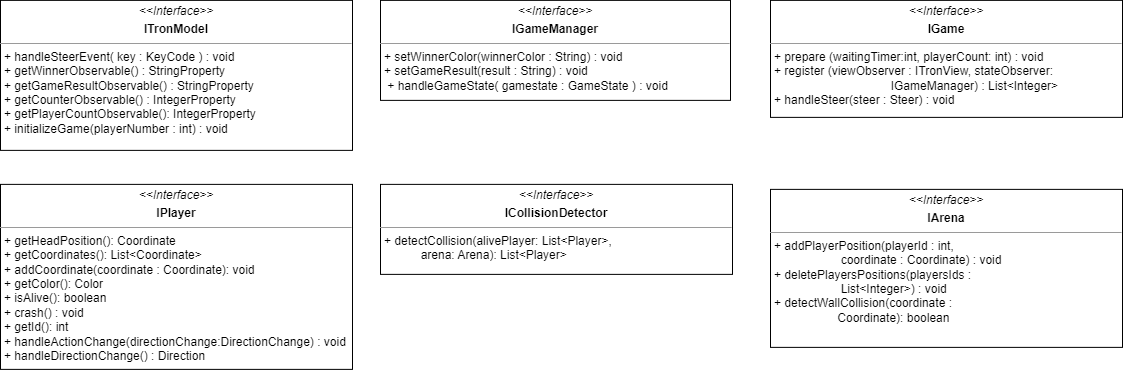
Above: Dokumentation/App/diagrams/bs_layer3_model_interfaces.png in sckoenig/Distributed-Tron (draw.io), before the change. Source tidied: cells renumbered, new cells last; positions are measured from the earlier drawing's top-left corner, leaving out a move shared by most shapes.
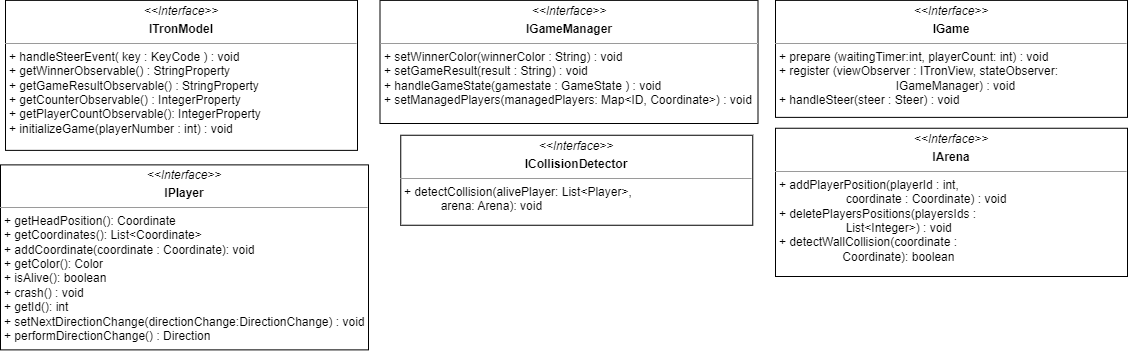
The same file after the commit.

Diff of the diagram source:
```diff
@@ -2,23 +2,23 @@
   <root>
     <mxCell id="0" />
     <mxCell id="1" parent="0" />
-    <mxCell id="2" value="&lt;p style=&quot;margin:0px;margin-top:4px;text-align:center;&quot;&gt;&lt;i&gt;&amp;lt;&amp;lt;Interface&lt;/i&gt;&lt;i style=&quot;background-color: initial;&quot;&gt;&amp;gt;&amp;gt;&lt;/i&gt;&lt;/p&gt;&lt;p style=&quot;margin:0px;margin-top:4px;text-align:center;&quot;&gt;&lt;b&gt;IPlayer&lt;/b&gt;&lt;/p&gt;&lt;hr size=&quot;1&quot;&gt;&lt;p style=&quot;margin: 0px 0px 0px 4px;&quot;&gt;+ getHeadPosition(): Coordinate&lt;br style=&quot;padding: 0px; margin: 0px;&quot;&gt;+ getCoordinates(): List&amp;lt;Coordinate&amp;gt;&lt;br style=&quot;padding: 0px; margin: 0px;&quot;&gt;+ addCoordinate(coordinate : Coordinate): void&lt;br style=&quot;padding: 0px; margin: 0px;&quot;&gt;+ getColor(): Color&lt;br style=&quot;padding: 0px; margin: 0px;&quot;&gt;+ isAlive(): boolean&lt;br style=&quot;padding: 0px; margin: 0px;&quot;&gt;+ crash() : void&lt;br style=&quot;padding: 0px; margin: 0px;&quot;&gt;+ getId(): int&lt;/p&gt;&lt;p style=&quot;margin: 0px 0px 0px 4px;&quot;&gt;+ handleActionChange(directionChange:DirectionChange) : void&lt;br style=&quot;padding: 0px; margin: 0px;&quot;&gt;+ handleDirectionChange() : Direction&lt;/p&gt;&lt;p style=&quot;margin: 0px 0px 0px 4px;&quot;&gt;&lt;br&gt;&lt;/p&gt;" style="verticalAlign=top;align=left;overflow=fill;fontSize=12;fontFamily=Helvetica;html=1;" parent="1" vertex="1">
-      <mxGeometry y="183.9" width="352" height="185" as="geometry" />
+    <mxCell id="2" value="&lt;p style=&quot;margin:0px;margin-top:4px;text-align:center;&quot;&gt;&lt;i&gt;&amp;lt;&amp;lt;Interface&lt;/i&gt;&lt;i style=&quot;background-color: initial;&quot;&gt;&amp;gt;&amp;gt;&lt;/i&gt;&lt;/p&gt;&lt;p style=&quot;margin:0px;margin-top:4px;text-align:center;&quot;&gt;&lt;b&gt;IPlayer&lt;/b&gt;&lt;/p&gt;&lt;hr size=&quot;1&quot;&gt;&lt;p style=&quot;margin: 0px 0px 0px 4px;&quot;&gt;+ getHeadPosition(): Coordinate&lt;br style=&quot;padding: 0px; margin: 0px;&quot;&gt;+ getCoordinates(): List&amp;lt;Coordinate&amp;gt;&lt;br style=&quot;padding: 0px; margin: 0px;&quot;&gt;+ addCoordinate(coordinate : Coordinate): void&lt;br style=&quot;padding: 0px; margin: 0px;&quot;&gt;+ getColor(): Color&lt;br style=&quot;padding: 0px; margin: 0px;&quot;&gt;+ isAlive(): boolean&lt;br style=&quot;padding: 0px; margin: 0px;&quot;&gt;+ crash() : void&lt;br style=&quot;padding: 0px; margin: 0px;&quot;&gt;+ getId(): int&lt;/p&gt;&lt;p style=&quot;margin: 0px 0px 0px 4px;&quot;&gt;+ setNextDirectionChange(directionChange:DirectionChange) : void&lt;br style=&quot;padding: 0px; margin: 0px;&quot;&gt;+ performDirectionChange() : Direction&lt;/p&gt;&lt;p style=&quot;margin: 0px 0px 0px 4px;&quot;&gt;&lt;br&gt;&lt;/p&gt;" style="verticalAlign=top;align=left;overflow=fill;fontSize=12;fontFamily=Helvetica;html=1;" parent="1" vertex="1">
+      <mxGeometry x="-5" y="164.4" width="368" height="185" as="geometry" />
     </mxCell>
-    <mxCell id="3" value="&lt;p style=&quot;margin:0px;margin-top:4px;text-align:center;&quot;&gt;&lt;i&gt;&amp;lt;&amp;lt;Interface&lt;/i&gt;&lt;i style=&quot;background-color: initial;&quot;&gt;&amp;gt;&amp;gt;&lt;/i&gt;&lt;/p&gt;&lt;p style=&quot;margin:0px;margin-top:4px;text-align:center;&quot;&gt;&lt;b&gt;ICollisionDetector&lt;/b&gt;&lt;br&gt;&lt;/p&gt;&lt;hr size=&quot;1&quot;&gt;&lt;p style=&quot;margin: 0px 0px 0px 4px;&quot;&gt;+ detectCollision(alivePlayer: List&amp;lt;Player&amp;gt;,&amp;nbsp;&lt;/p&gt;&lt;p style=&quot;margin: 0px 0px 0px 4px;&quot;&gt;&amp;nbsp; &amp;nbsp; &amp;nbsp; &amp;nbsp; &amp;nbsp; &amp;nbsp;arena: Arena): List&amp;lt;Player&amp;gt;&lt;br&gt;&lt;/p&gt;&lt;p style=&quot;margin: 0px 0px 0px 4px;&quot;&gt;&lt;br&gt;&lt;/p&gt;" style="verticalAlign=top;align=left;overflow=fill;fontSize=12;fontFamily=Helvetica;html=1;" parent="1" vertex="1">
-      <mxGeometry x="380" y="183.9" width="352" height="90" as="geometry" />
+    <mxCell id="3" value="&lt;p style=&quot;margin:0px;margin-top:4px;text-align:center;&quot;&gt;&lt;i&gt;&amp;lt;&amp;lt;Interface&lt;/i&gt;&lt;i style=&quot;background-color: initial;&quot;&gt;&amp;gt;&amp;gt;&lt;/i&gt;&lt;/p&gt;&lt;p style=&quot;margin:0px;margin-top:4px;text-align:center;&quot;&gt;&lt;b&gt;ICollisionDetector&lt;/b&gt;&lt;br&gt;&lt;/p&gt;&lt;hr size=&quot;1&quot;&gt;&lt;p style=&quot;margin: 0px 0px 0px 4px;&quot;&gt;+ detectCollision(alivePlayer: List&amp;lt;Player&amp;gt;,&amp;nbsp;&lt;/p&gt;&lt;p style=&quot;margin: 0px 0px 0px 4px;&quot;&gt;&amp;nbsp; &amp;nbsp; &amp;nbsp; &amp;nbsp; &amp;nbsp; &amp;nbsp;arena: Arena): void&lt;br&gt;&lt;/p&gt;&lt;p style=&quot;margin: 0px 0px 0px 4px;&quot;&gt;&lt;br&gt;&lt;/p&gt;" style="verticalAlign=top;align=left;overflow=fill;fontSize=12;fontFamily=Helvetica;html=1;" parent="1" vertex="1">
+      <mxGeometry x="395.2" y="134.8" width="352" height="90" as="geometry" />
     </mxCell>
     <mxCell id="4" value="&lt;p style=&quot;margin:0px;margin-top:4px;text-align:center;&quot;&gt;&lt;i&gt;&amp;lt;&amp;lt;Interface&lt;/i&gt;&lt;i style=&quot;background-color: initial;&quot;&gt;&amp;gt;&amp;gt;&lt;/i&gt;&lt;/p&gt;&lt;p style=&quot;margin:0px;margin-top:4px;text-align:center;&quot;&gt;&lt;b&gt;IArena&lt;/b&gt;&lt;/p&gt;&lt;hr size=&quot;1&quot;&gt;&lt;p style=&quot;margin: 0px 0px 0px 4px;&quot;&gt;+ addPlayerPosition(playerId : int,&lt;br style=&quot;padding: 0px; margin: 0px;&quot;&gt;&amp;nbsp; &amp;nbsp; &amp;nbsp; &amp;nbsp; &amp;nbsp; &amp;nbsp; &amp;nbsp; &amp;nbsp; &amp;nbsp; &amp;nbsp; coordinate : Coordinate) : void&lt;br style=&quot;padding: 0px; margin: 0px;&quot;&gt;+ deletePlayersPositions(playersIds :&amp;nbsp;&lt;/p&gt;&lt;p style=&quot;margin: 0px 0px 0px 4px;&quot;&gt;&amp;nbsp; &amp;nbsp; &amp;nbsp; &amp;nbsp; &amp;nbsp; &amp;nbsp; &amp;nbsp; &amp;nbsp; &amp;nbsp; &amp;nbsp; List&amp;lt;Integer&amp;gt;) : void&lt;br style=&quot;padding: 0px; margin: 0px;&quot;&gt;+ detectWallCollision(coordinate :&amp;nbsp;&lt;/p&gt;&lt;p style=&quot;margin: 0px 0px 0px 4px;&quot;&gt;&amp;nbsp; &amp;nbsp; &amp;nbsp; &amp;nbsp; &amp;nbsp; &amp;nbsp; &amp;nbsp; &amp;nbsp; &amp;nbsp; &amp;nbsp;Coordinate): boolean&lt;br&gt;&lt;/p&gt;" style="verticalAlign=top;align=left;overflow=fill;fontSize=12;fontFamily=Helvetica;html=1;" parent="1" vertex="1">
-      <mxGeometry x="770" y="188.9" width="352" height="158" as="geometry" />
+      <mxGeometry x="770" y="127.8" width="352" height="148.2" as="geometry" />
     </mxCell>
-    <mxCell id="5" value="&lt;p style=&quot;margin:0px;margin-top:4px;text-align:center;&quot;&gt;&lt;i&gt;&amp;lt;&amp;lt;Interface&lt;/i&gt;&lt;i style=&quot;background-color: initial;&quot;&gt;&amp;gt;&amp;gt;&lt;/i&gt;&lt;/p&gt;&lt;p style=&quot;margin:0px;margin-top:4px;text-align:center;&quot;&gt;&lt;b&gt;IGame&lt;/b&gt;&lt;/p&gt;&lt;hr size=&quot;1&quot;&gt;&lt;p style=&quot;margin:0px;margin-left:4px;&quot;&gt;+ prepare (waitingTimer:int,&amp;nbsp;&lt;span style=&quot;background-color: initial;&quot;&gt;playerCount: int) : void&lt;/span&gt;&lt;/p&gt;&lt;p style=&quot;margin:0px;margin-left:4px;&quot;&gt;+ register (viewObserver : ITronView, stateObserver:&amp;nbsp;&lt;/p&gt;&lt;p style=&quot;margin:0px;margin-left:4px;&quot;&gt;&amp;nbsp; &amp;nbsp; &amp;nbsp; &amp;nbsp; &amp;nbsp; &amp;nbsp; &amp;nbsp; &amp;nbsp; &amp;nbsp; &amp;nbsp; &amp;nbsp; &amp;nbsp; &amp;nbsp; &amp;nbsp; &amp;nbsp; &amp;nbsp; &amp;nbsp; &amp;nbsp;IGameManager) : List&amp;lt;Integer&amp;gt;&lt;br&gt;&lt;/p&gt;&lt;p style=&quot;margin:0px;margin-left:4px;&quot;&gt;+ &lt;span style=&quot;background-color: initial;&quot;&gt;handleSteer(steer : Steer) : void&lt;/span&gt;&lt;/p&gt;" style="verticalAlign=top;align=left;overflow=fill;fontSize=12;fontFamily=Helvetica;html=1;" parent="1" vertex="1">
+    <mxCell id="5" value="&lt;p style=&quot;margin:0px;margin-top:4px;text-align:center;&quot;&gt;&lt;i&gt;&amp;lt;&amp;lt;Interface&lt;/i&gt;&lt;i style=&quot;background-color: initial;&quot;&gt;&amp;gt;&amp;gt;&lt;/i&gt;&lt;/p&gt;&lt;p style=&quot;margin:0px;margin-top:4px;text-align:center;&quot;&gt;&lt;b&gt;IGame&lt;/b&gt;&lt;/p&gt;&lt;hr size=&quot;1&quot;&gt;&lt;p style=&quot;margin:0px;margin-left:4px;&quot;&gt;+ prepare (waitingTimer:int,&amp;nbsp;&lt;span style=&quot;background-color: initial;&quot;&gt;playerCount: int) : void&lt;/span&gt;&lt;/p&gt;&lt;p style=&quot;margin:0px;margin-left:4px;&quot;&gt;+ register (viewObserver : ITronView, stateObserver:&amp;nbsp;&lt;/p&gt;&lt;p style=&quot;margin:0px;margin-left:4px;&quot;&gt;&amp;nbsp; &amp;nbsp; &amp;nbsp; &amp;nbsp; &amp;nbsp; &amp;nbsp; &amp;nbsp; &amp;nbsp; &amp;nbsp; &amp;nbsp; &amp;nbsp; &amp;nbsp; &amp;nbsp; &amp;nbsp; &amp;nbsp; &amp;nbsp; &amp;nbsp; &amp;nbsp;IGameManager) : void&lt;br&gt;&lt;/p&gt;&lt;p style=&quot;margin:0px;margin-left:4px;&quot;&gt;+ &lt;span style=&quot;background-color: initial;&quot;&gt;handleSteer(steer : Steer) : void&lt;/span&gt;&lt;/p&gt;" style="verticalAlign=top;align=left;overflow=fill;fontSize=12;fontFamily=Helvetica;html=1;" parent="1" vertex="1">
       <mxGeometry x="770" y="-0.1" width="352" height="117" as="geometry" />
     </mxCell>
     <mxCell id="6" value="&lt;p style=&quot;margin:0px;margin-top:4px;text-align:center;&quot;&gt;&lt;i&gt;&amp;lt;&amp;lt;Interface&lt;/i&gt;&lt;i style=&quot;background-color: initial;&quot;&gt;&amp;gt;&amp;gt;&lt;/i&gt;&lt;/p&gt;&lt;p style=&quot;margin:0px;margin-top:4px;text-align:center;&quot;&gt;&lt;b&gt;ITronModel&lt;/b&gt;&lt;/p&gt;&lt;hr size=&quot;1&quot;&gt;&lt;p style=&quot;margin:0px;margin-left:4px;&quot;&gt;&lt;span style=&quot;background-color: initial;&quot;&gt;+ handleSteerEvent( key : KeyCode ) : void&lt;/span&gt;&lt;br&gt;&lt;/p&gt;&lt;p style=&quot;margin:0px;margin-left:4px;&quot;&gt;&lt;span style=&quot;background-color: initial;&quot;&gt;+ getWinnerObservable() : StringProperty&lt;/span&gt;&lt;br&gt;&lt;/p&gt;&lt;p style=&quot;margin:0px;margin-left:4px;&quot;&gt;+ getGameResultObservable() : StringProperty&lt;/p&gt;&lt;p style=&quot;margin:0px;margin-left:4px;&quot;&gt;+ getCounterObservable() : IntegerProperty&lt;/p&gt;&lt;p style=&quot;margin:0px;margin-left:4px;&quot;&gt;+ getPlayerCountObservable(): IntegerProperty&lt;/p&gt;&lt;p style=&quot;margin:0px;margin-left:4px;&quot;&gt;+ initializeGame(playerNumber : int) : void&lt;/p&gt;" style="verticalAlign=top;align=left;overflow=fill;fontSize=12;fontFamily=Helvetica;html=1;" parent="1" vertex="1">
       <mxGeometry y="-0.1" width="352" height="150" as="geometry" />
     </mxCell>
-    <mxCell id="7" value="&lt;p style=&quot;margin:0px;margin-top:4px;text-align:center;&quot;&gt;&lt;i&gt;&amp;lt;&amp;lt;Interface&lt;/i&gt;&lt;i style=&quot;background-color: initial;&quot;&gt;&amp;gt;&amp;gt;&lt;/i&gt;&lt;/p&gt;&lt;p style=&quot;margin:0px;margin-top:4px;text-align:center;&quot;&gt;&lt;b&gt;IGameManager&lt;/b&gt;&lt;/p&gt;&lt;hr size=&quot;1&quot;&gt;&lt;p style=&quot;margin: 0px 0px 0px 4px;&quot;&gt;+ setWinnerColor(winnerColor : String) : void&lt;br style=&quot;padding: 0px; margin: 0px;&quot;&gt;+ setGameResult(result : String) : void&lt;/p&gt;&lt;p style=&quot;margin:0px;margin-left:4px;&quot;&gt;&amp;nbsp;+ handleGameState( gamestate : GameState ) : void&lt;br&gt;&lt;/p&gt;" style="verticalAlign=top;align=left;overflow=fill;fontSize=12;fontFamily=Helvetica;html=1;" parent="1" vertex="1">
-      <mxGeometry x="380" y="-0.1" width="350" height="100" as="geometry" />
+    <mxCell id="7" value="&lt;p style=&quot;margin:0px;margin-top:4px;text-align:center;&quot;&gt;&lt;i&gt;&amp;lt;&amp;lt;Interface&lt;/i&gt;&lt;i style=&quot;background-color: initial;&quot;&gt;&amp;gt;&amp;gt;&lt;/i&gt;&lt;/p&gt;&lt;p style=&quot;margin:0px;margin-top:4px;text-align:center;&quot;&gt;&lt;b&gt;IGameManager&lt;/b&gt;&lt;/p&gt;&lt;hr size=&quot;1&quot;&gt;&lt;p style=&quot;margin: 0px 0px 0px 4px;&quot;&gt;+ setWinnerColor(winnerColor : String) : void&lt;br style=&quot;padding: 0px; margin: 0px;&quot;&gt;+ setGameResult(result : String) : void&lt;/p&gt;&lt;p style=&quot;margin:0px;margin-left:4px;&quot;&gt;+ handleGameState(gamestate : GameState ) : void&lt;br&gt;&lt;/p&gt;&lt;p style=&quot;margin:0px;margin-left:4px;&quot;&gt;+ setManagedPlayers(managedPlayers: Map&amp;lt;ID, Coordinate&amp;gt;) : void&lt;/p&gt;" style="verticalAlign=top;align=left;overflow=fill;fontSize=12;fontFamily=Helvetica;html=1;" parent="1" vertex="1">
+      <mxGeometry x="374.5" y="-0.1" width="378" height="123.1" as="geometry" />
     </mxCell>
   </root>
 </mxGraphModel>
```
